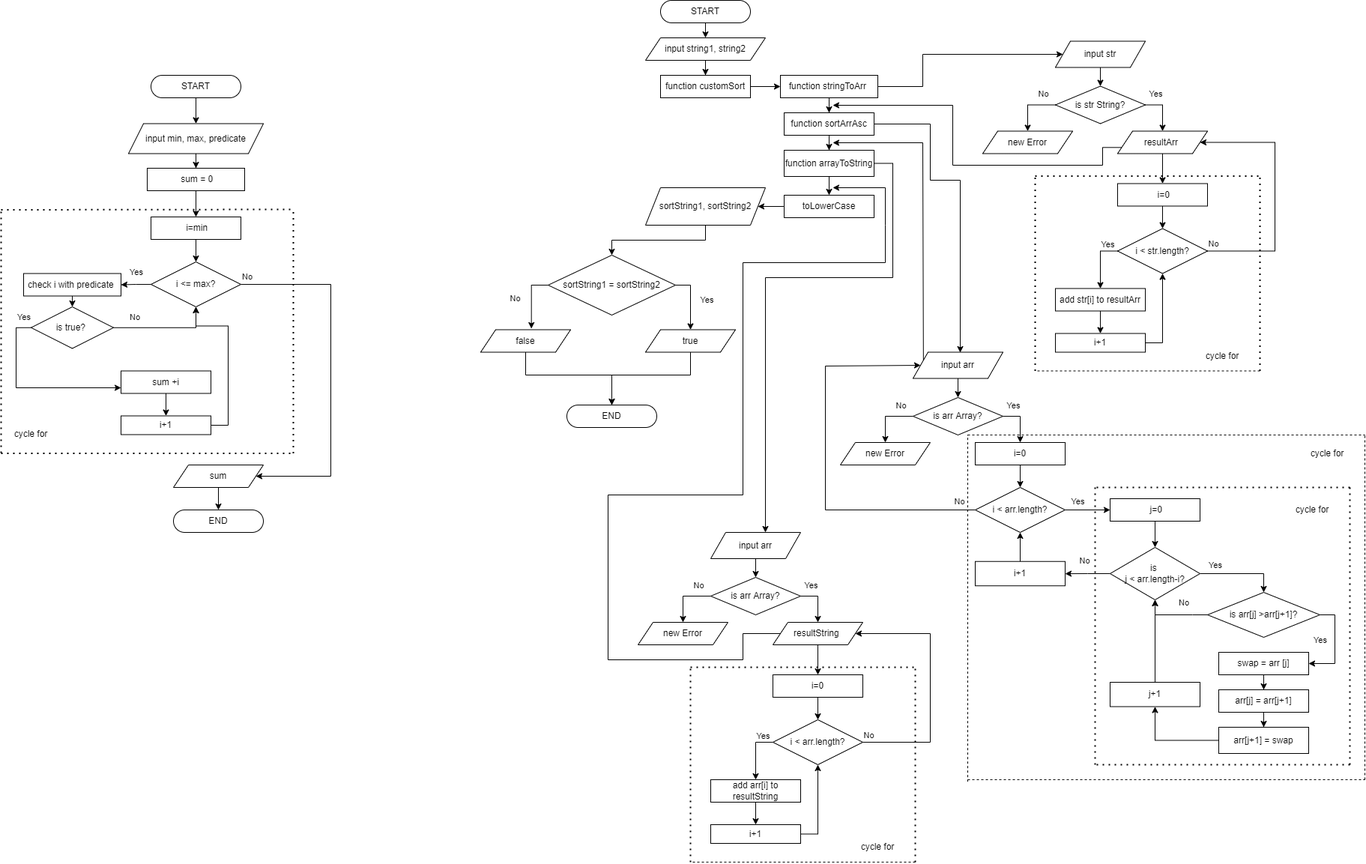
Earlier version of the draw.io export practice/Untitled Diagram.drawio.png (lednova-irina/ArtJoker). Source tidied: cells renumbered, new cells last; positions are measured from the earlier drawing's top-left corner, leaving out a move shared by most shapes.
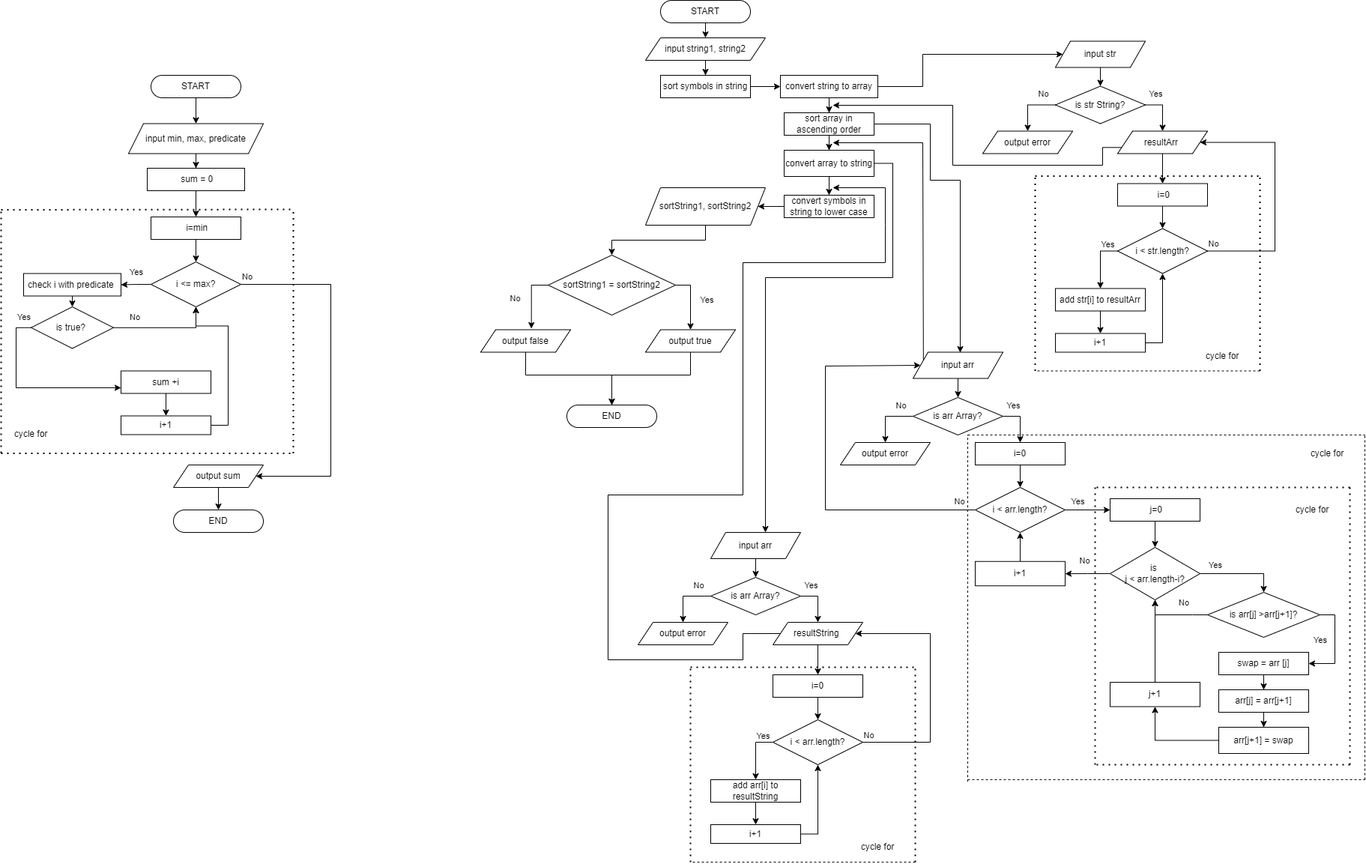
After the change.

What changed in the source:
```diff
@@ -16,7 +16,7 @@
         <mxPoint x="1040" y="115" as="targetPoint" />
       </mxGeometry>
     </mxCell>
-    <mxCell id="6" value="function customSort" style="rounded=0;whiteSpace=wrap;html=1;" parent="1" vertex="1">
+    <mxCell id="6" value="sort symbols in string" style="rounded=0;whiteSpace=wrap;html=1;" parent="1" vertex="1">
       <mxGeometry x="880" y="100" width="120" height="30" as="geometry" />
     </mxCell>
     <mxCell id="7" value="START" style="rounded=1;whiteSpace=wrap;html=1;arcSize=50;" parent="1" vertex="1">
@@ -45,7 +45,7 @@
         </Array>
       </mxGeometry>
     </mxCell>
-    <mxCell id="12" value="function stringToArr&amp;nbsp;" style="rounded=0;whiteSpace=wrap;html=1;" parent="1" vertex="1">
+    <mxCell id="12" value="convert string to array" style="rounded=0;whiteSpace=wrap;html=1;" parent="1" vertex="1">
       <mxGeometry x="1040" y="100" width="130" height="30" as="geometry" />
     </mxCell>
     <mxCell id="13" style="edgeStyle=orthogonalEdgeStyle;rounded=0;jettySize=auto;html=1;" parent="1" edge="1" source="15" target="18">
@@ -61,7 +61,7 @@
         </Array>
       </mxGeometry>
     </mxCell>
-    <mxCell id="15" value="function sortArrAsc" style="whiteSpace=wrap;html=1;rounded=0;" parent="1" vertex="1">
+    <mxCell id="15" value="sort array in ascending order" style="whiteSpace=wrap;html=1;rounded=0;" parent="1" vertex="1">
       <mxGeometry x="1045" y="150" width="120" height="30" as="geometry" />
     </mxCell>
     <mxCell id="16" style="edgeStyle=orthogonalEdgeStyle;rounded=0;jettySize=auto;html=1;entryX=1;entryY=0.5;entryDx=0;entryDy=0;exitX=0;exitY=0.5;exitDx=0;exitDy=0;" parent="1" edge="1" source="29" target="20">
@@ -70,7 +70,7 @@
     <mxCell id="17" style="edgeStyle=orthogonalEdgeStyle;rounded=0;jettySize=auto;html=1;" parent="1" edge="1" source="18" target="29">
       <mxGeometry relative="1" as="geometry" />
     </mxCell>
-    <mxCell id="18" value="function arrayToString" style="whiteSpace=wrap;html=1;rounded=0;" parent="1" vertex="1">
+    <mxCell id="18" value="convert array to string" style="whiteSpace=wrap;html=1;rounded=0;" parent="1" vertex="1">
       <mxGeometry x="1045" y="200" width="120" height="35" as="geometry" />
     </mxCell>
     <mxCell id="19" style="edgeStyle=orthogonalEdgeStyle;rounded=0;jettySize=auto;html=1;" parent="1" edge="1" source="20" target="127">
@@ -106,10 +106,10 @@
     <mxCell id="27" value="is arr Array?" style="rhombus;whiteSpace=wrap;html=1;" parent="1" vertex="1">
       <mxGeometry x="947" y="770" width="120" height="50" as="geometry" />
     </mxCell>
-    <mxCell id="28" value="new Error" style="shape=parallelogram;perimeter=parallelogramPerimeter;whiteSpace=wrap;html=1;fixedSize=1;" parent="1" vertex="1">
+    <mxCell id="28" value="output error" style="shape=parallelogram;perimeter=parallelogramPerimeter;whiteSpace=wrap;html=1;fixedSize=1;" parent="1" vertex="1">
       <mxGeometry x="850" y="830" width="120" height="30" as="geometry" />
     </mxCell>
-    <mxCell id="29" value="toLowerCase" style="whiteSpace=wrap;html=1;rounded=0;" parent="1" vertex="1">
+    <mxCell id="29" value="convert symbols in string to lower case" style="whiteSpace=wrap;html=1;rounded=0;" parent="1" vertex="1">
       <mxGeometry x="1045" y="260" width="120" height="30" as="geometry" />
     </mxCell>
     <mxCell id="30" style="edgeStyle=orthogonalEdgeStyle;rounded=0;jettySize=auto;html=1;" parent="1" edge="1" source="31" target="33">
@@ -194,7 +194,7 @@
     <mxCell id="49" value="is arr Array?" style="rhombus;whiteSpace=wrap;html=1;" parent="1" vertex="1">
       <mxGeometry x="1217" y="530" width="120" height="50" as="geometry" />
     </mxCell>
-    <mxCell id="50" value="new Error" style="shape=parallelogram;perimeter=parallelogramPerimeter;whiteSpace=wrap;html=1;fixedSize=1;" parent="1" vertex="1">
+    <mxCell id="50" value="output error" style="shape=parallelogram;perimeter=parallelogramPerimeter;whiteSpace=wrap;html=1;fixedSize=1;" parent="1" vertex="1">
       <mxGeometry x="1120" y="590" width="120" height="30" as="geometry" />
     </mxCell>
     <mxCell id="51" style="endArrow=none;dashed=1;html=1;rounded=0;" parent="1" edge="1">
@@ -410,7 +410,7 @@
     <mxCell id="102" value="is str String?" style="rhombus;whiteSpace=wrap;html=1;" parent="1" vertex="1">
       <mxGeometry x="1407" y="114.5" width="120" height="50" as="geometry" />
     </mxCell>
-    <mxCell id="103" value="new Error" style="shape=parallelogram;perimeter=parallelogramPerimeter;whiteSpace=wrap;html=1;fixedSize=1;" parent="1" vertex="1">
+    <mxCell id="103" value="output error" style="shape=parallelogram;perimeter=parallelogramPerimeter;whiteSpace=wrap;html=1;fixedSize=1;" parent="1" vertex="1">
       <mxGeometry x="1310" y="174.5" width="120" height="30" as="geometry" />
     </mxCell>
     <mxCell id="104" style="edgeStyle=orthogonalEdgeStyle;rounded=0;jettySize=auto;html=1;" parent="1" edge="1" source="106" target="108">
@@ -555,7 +555,7 @@
         </Array>
       </mxGeometry>
     </mxCell>
-    <mxCell id="131" value="true" style="shape=parallelogram;perimeter=parallelogramPerimeter;whiteSpace=wrap;html=1;fixedSize=1;" parent="1" vertex="1">
+    <mxCell id="131" value="output true" style="shape=parallelogram;perimeter=parallelogramPerimeter;whiteSpace=wrap;html=1;fixedSize=1;" parent="1" vertex="1">
       <mxGeometry x="860" y="439.5" width="120" height="30" as="geometry" />
     </mxCell>
     <mxCell id="132" style="edgeStyle=orthogonalEdgeStyle;rounded=0;jettySize=auto;html=1;entryX=0.5;entryY=0;entryDx=0;entryDy=0;" parent="1" edge="1" source="133" target="8">
@@ -566,7 +566,7 @@
         </Array>
       </mxGeometry>
     </mxCell>
-    <mxCell id="133" value="false" style="shape=parallelogram;perimeter=parallelogramPerimeter;whiteSpace=wrap;html=1;fixedSize=1;" parent="1" vertex="1">
+    <mxCell id="133" value="output false" style="shape=parallelogram;perimeter=parallelogramPerimeter;whiteSpace=wrap;html=1;fixedSize=1;" parent="1" vertex="1">
       <mxGeometry x="640" y="439.5" width="120" height="30" as="geometry" />
     </mxCell>
     <mxCell id="134" style="edgeStyle=orthogonalEdgeStyle;rounded=0;jettySize=auto;html=1;entryX=0.5;entryY=0;entryDx=0;entryDy=0;" parent="1" edge="1" source="135" target="136">
@@ -690,7 +690,7 @@
     <mxCell id="164" style="edgeStyle=orthogonalEdgeStyle;rounded=0;jettySize=auto;html=1;" parent="1" edge="1" source="165" target="163">
       <mxGeometry relative="1" as="geometry" />
     </mxCell>
-    <mxCell id="165" value="sum" style="shape=parallelogram;perimeter=parallelogramPerimeter;whiteSpace=wrap;html=1;fixedSize=1;" parent="1" vertex="1">
+    <mxCell id="165" value="output sum" style="shape=parallelogram;perimeter=parallelogramPerimeter;whiteSpace=wrap;html=1;fixedSize=1;" parent="1" vertex="1">
       <mxGeometry x="230" y="620" width="120" height="30" as="geometry" />
     </mxCell>
   </root>
```
